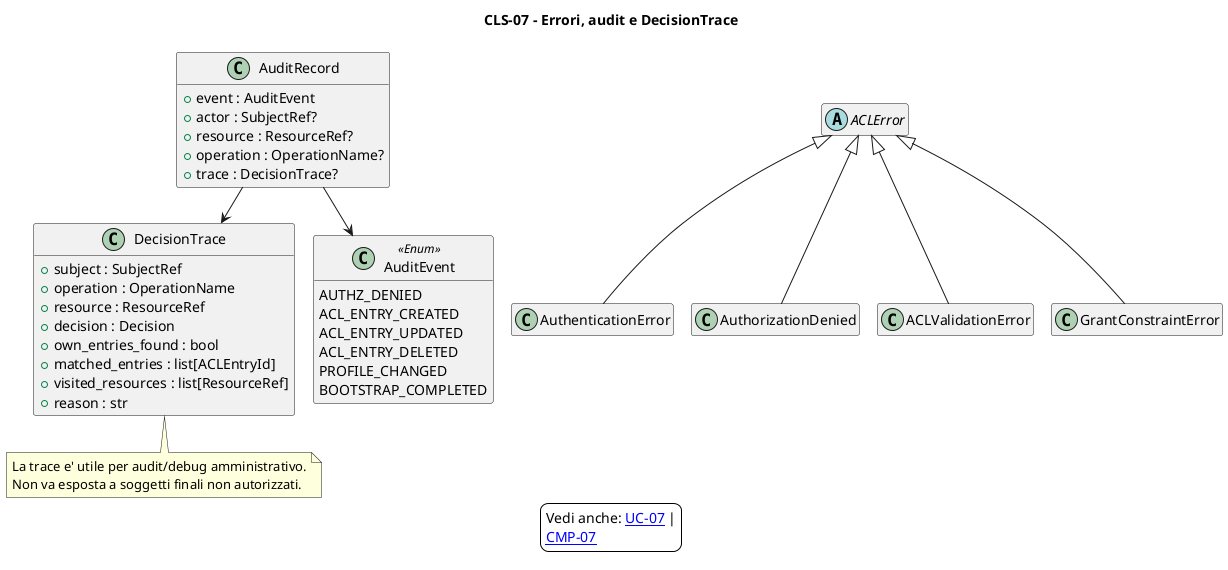
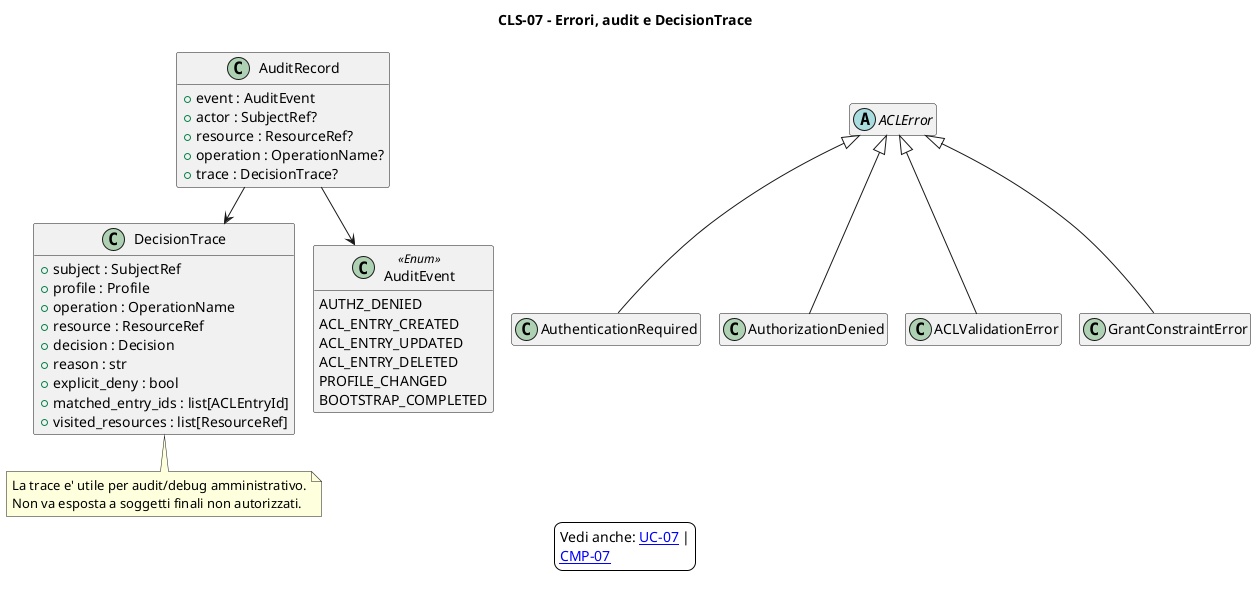
@startuml 07_errori_audit_trace
' Title: Sistema ACL - 07_errori_audit_trace
' Author/Licensor: Francesco
' Source: this repository
' License: Creative Commons Attribution-ShareAlike 4.0 International
' License URL: https://creativecommons.org/licenses/by-sa/4.0/
' SPDX-License-Identifier: CC-BY-SA-4.0
!pragma layout smetana
skinparam backgroundColor white
skinparam nodesep 80
skinparam ranksep 80
title CLS-07 - Errori, audit e DecisionTrace
skinparam shadowing false
hide empty members

class DecisionTrace {
  +subject : SubjectRef
+   +profile : Profile
  +operation : OperationName
  +resource : ResourceRef
  +decision : Decision
-   +own_entries_found : bool
-   +matched_entries : list[ACLEntryId]
+   +reason : str
+   +explicit_deny : bool
+   +matched_entry_ids : list[ACLEntryId]
  +visited_resources : list[ResourceRef]
-   +reason : str
}

abstract class ACLError
- class AuthenticationError
+ class AuthenticationRequired
class AuthorizationDenied
class ACLValidationError
class GrantConstraintError

class AuditEvent <<Enum>> {
  AUTHZ_DENIED
  ACL_ENTRY_CREATED
  ACL_ENTRY_UPDATED
  ACL_ENTRY_DELETED
  PROFILE_CHANGED
  BOOTSTRAP_COMPLETED
}

class AuditRecord {
  +event : AuditEvent
  +actor : SubjectRef?
  +resource : ResourceRef?
  +operation : OperationName?
  +trace : DecisionTrace?
}

- ACLError <|-- AuthenticationError
+ ACLError <|-- AuthenticationRequired
ACLError <|-- AuthorizationDenied
ACLError <|-- ACLValidationError
ACLError <|-- GrantConstraintError
AuditRecord --> AuditEvent
AuditRecord --> DecisionTrace

note bottom of DecisionTrace
  La trace e' utile per audit/debug amministrativo.
  Non va esposta a soggetti finali non autorizzati.
end note

legend
  Vedi anche: [[../use%20case/07_spiegare_decisione_audit.puml UC-07]] |
  [[../componenti/07_errori_audit.puml CMP-07]]
endlegend
@enduml
